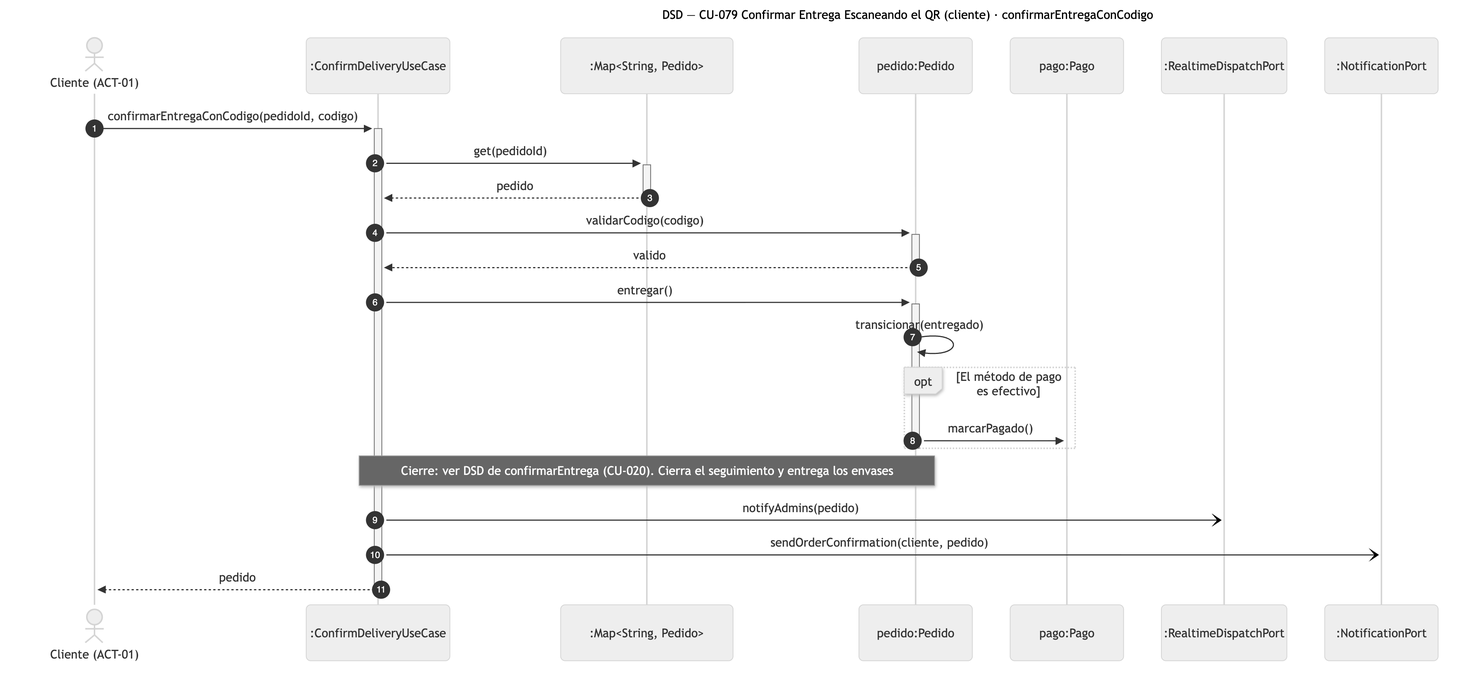
Before: diagramas/png/DSD_CU-079_confirmarEntregaConCodigo.png, a diagram exported from Mermaid (Nahuelito-Dev/splg-docs). Its source is kept beside it as diagramas/DSD_CU-079_confirmarEntregaConCodigo.mmd. Its diagram source:
```mermaid
sequenceDiagram
    title DSD — CU-079 Confirmar Entrega Escaneando el QR (cliente) · confirmarEntregaConCodigo
    autonumber
    actor CLI as Cliente (ACT-01)
    participant CDU as :ConfirmDeliveryUseCase
    participant PEDS as :Map#lt;String, Pedido#gt;
    participant PED as pedido:Pedido
    participant PAG as pago:Pago
    participant RT as :RealtimeDispatchPort
    participant NOT as :NotificationPort

    CLI->>+CDU: confirmarEntregaConCodigo(pedidoId, codigo)
    CDU->>+PEDS: get(pedidoId)
    PEDS-->>-CDU: pedido
    CDU->>+PED: validarCodigo(codigo)
    PED-->>-CDU: valido
    CDU->>+PED: entregar()
    PED->>PED: transicionar(entregado)
    opt El método de pago es efectivo
        PED->>PAG: marcarPagado()
    end
    deactivate PED
    Note over CDU,PED: Cierre: ver DSD de confirmarEntrega (CU-020). Cierra el seguimiento y entrega los envases
    CDU-)RT: notifyAdmins(pedido)
    CDU-)NOT: sendOrderConfirmation(cliente, pedido)
    CDU-->>-CLI: pedido
```
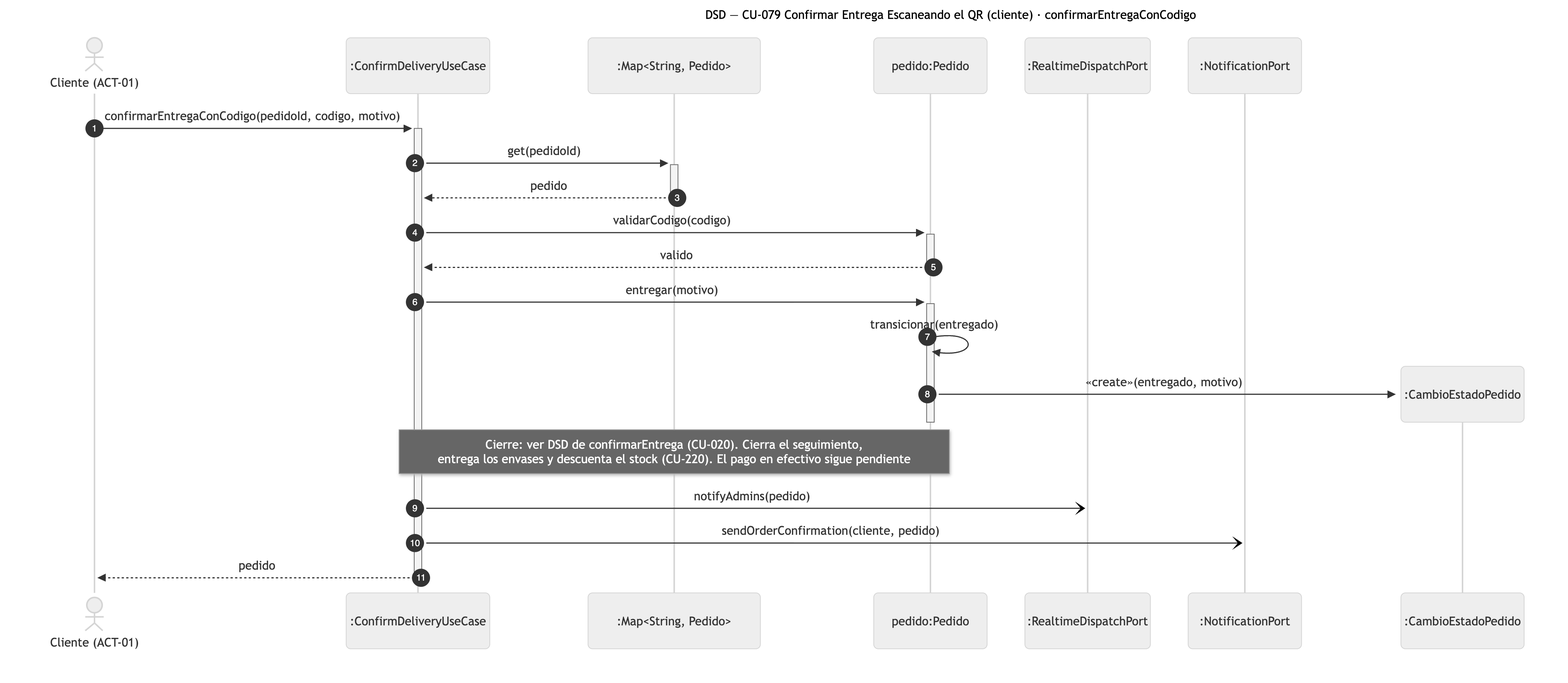
After the commit.

Change to the diagram source:
```diff
@@ -5,22 +5,20 @@
     participant CDU as :ConfirmDeliveryUseCase
     participant PEDS as :Map#lt;String, Pedido#gt;
     participant PED as pedido:Pedido
-    participant PAG as pago:Pago
     participant RT as :RealtimeDispatchPort
     participant NOT as :NotificationPort
 
-    CLI->>+CDU: confirmarEntregaConCodigo(pedidoId, codigo)
+    CLI->>+CDU: confirmarEntregaConCodigo(pedidoId, codigo, motivo)
     CDU->>+PEDS: get(pedidoId)
     PEDS-->>-CDU: pedido
     CDU->>+PED: validarCodigo(codigo)
     PED-->>-CDU: valido
-    CDU->>+PED: entregar()
+    CDU->>+PED: entregar(motivo)
     PED->>PED: transicionar(entregado)
-    opt El método de pago es efectivo
-        PED->>PAG: marcarPagado()
-    end
+    create participant CAM as :CambioEstadoPedido
+    PED->>CAM: «create»(entregado, motivo)
     deactivate PED
-    Note over CDU,PED: Cierre: ver DSD de confirmarEntrega (CU-020). Cierra el seguimiento y entrega los envases
+    Note over CDU,PED: Cierre: ver DSD de confirmarEntrega (CU-020). Cierra el seguimiento,<br/>entrega los envases y descuenta el stock (CU-220). El pago en efectivo sigue pendiente
     CDU-)RT: notifyAdmins(pedido)
     CDU-)NOT: sendOrderConfirmation(cliente, pedido)
     CDU-->>-CLI: pedido
```
